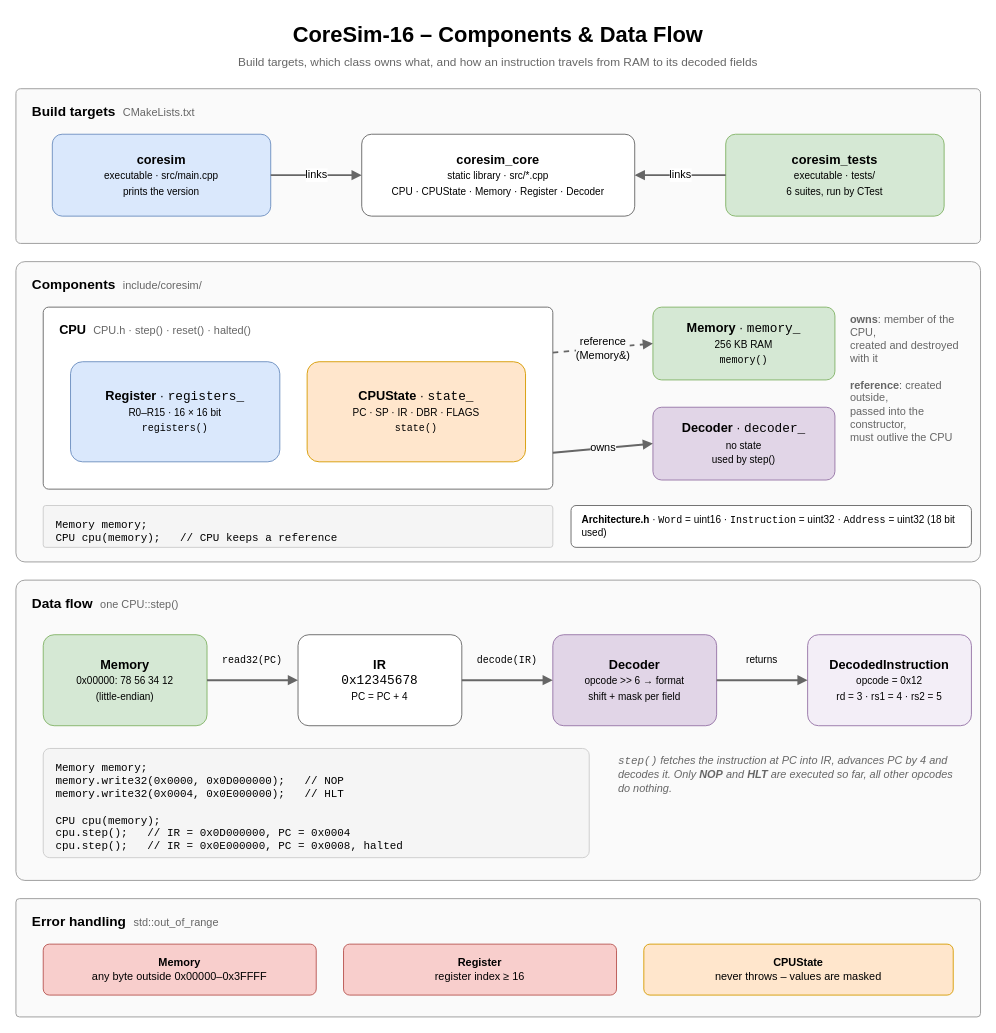
kpolet2010-hue/CoreSim keeps this draw.io diagram as diagrams/data-flow.drawio. Above is the earlier version. Source tidied: cells renumbered, new cells numbered last; positions are measured from the earlier drawing's top-left corner, leaving out a move shared by most shapes. Both pictures are drawn from the tidied source at 91%, with x=0, y=0 at pixel (15, 15).
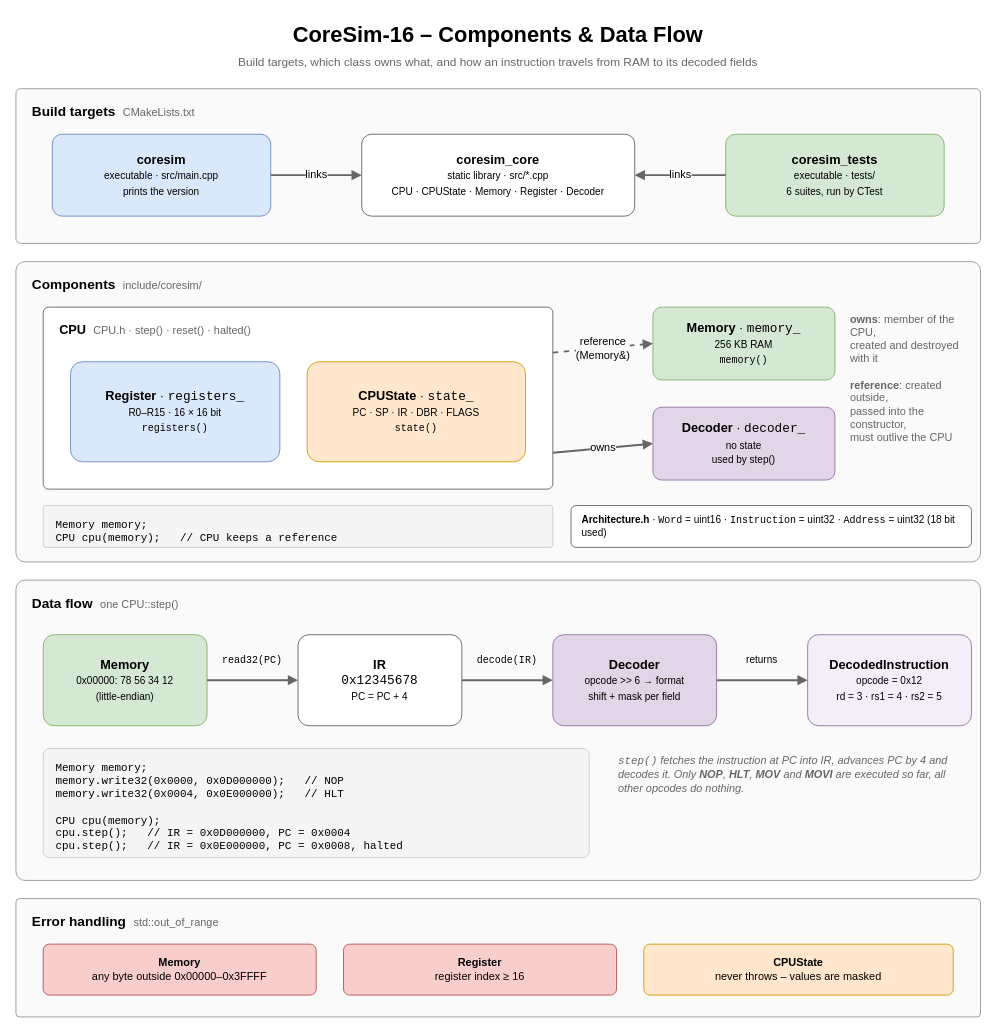
Above is the later version.

Commit message (it also covers changes not shown here):
docs(cpu): document execution of MOV and MOVI

Diff of the diagram source:
```diff
@@
-    <mxCell id="33" value="&lt;i&gt;&lt;code&gt;step()&lt;/code&gt; fetches the instruction at PC into IR, advances PC by 4 and decodes it. Only &lt;b&gt;NOP&lt;/b&gt; and &lt;b&gt;HLT&lt;/b&gt; are executed so far, all other opcodes do nothing.&lt;/i&gt;" style="text;html=1;strokeColor=none;fillColor=none;whiteSpace=wrap;fontFamily=Helvetica;fontSize=12;fontColor=#666666;align=left;" parent="1" vertex="1">
+    <mxCell id="33" value="&lt;i&gt;&lt;code&gt;step()&lt;/code&gt; fetches the instruction at PC into IR, advances PC by 4 and decodes it. Only &lt;b&gt;NOP&lt;/b&gt;, &lt;b&gt;HLT&lt;/b&gt;, &lt;b&gt;MOV&lt;/b&gt; and &lt;b&gt;MOVI&lt;/b&gt; are executed so far, all other opcodes do nothing.&lt;/i&gt;" style="text;html=1;strokeColor=none;fillColor=none;whiteSpace=wrap;fontFamily=Helvetica;fontSize=12;fontColor=#666666;align=left;" parent="1" vertex="1">
       <mxGeometry x="660" y="805" width="380" height="90" as="geometry" />
     </mxCell>
```
